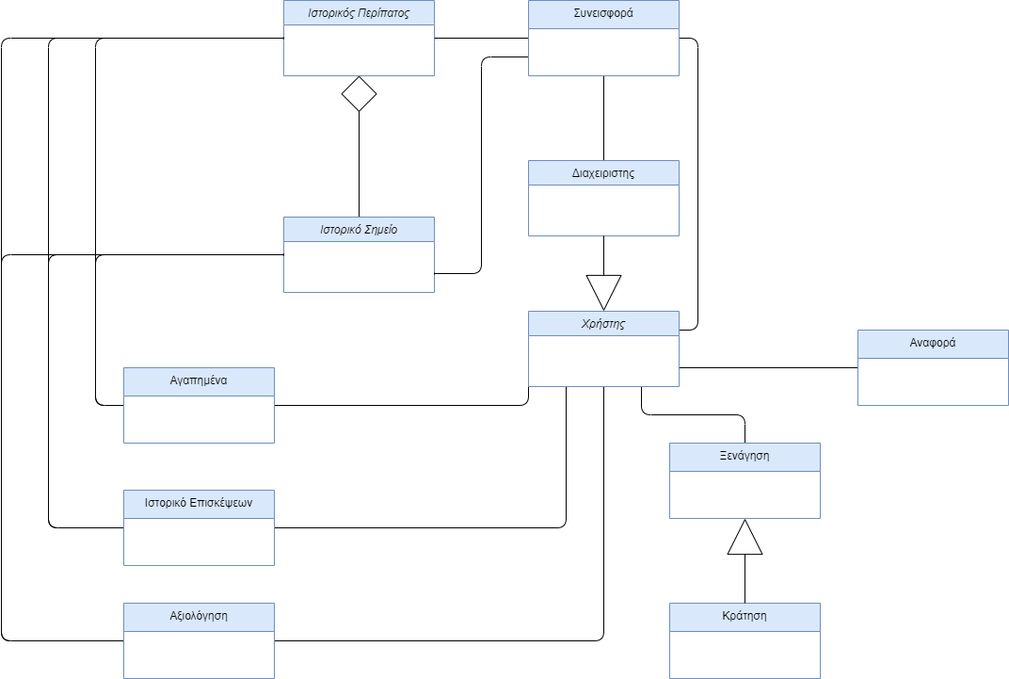
This is NOTES/Domain Model.png from Nektar24/software-engineering, a draw.io export, as it was before one commit. Source tidied: cells renumbered, new cells last; positions are measured from the earlier drawing's top-left corner, leaving out a move shared by most shapes.
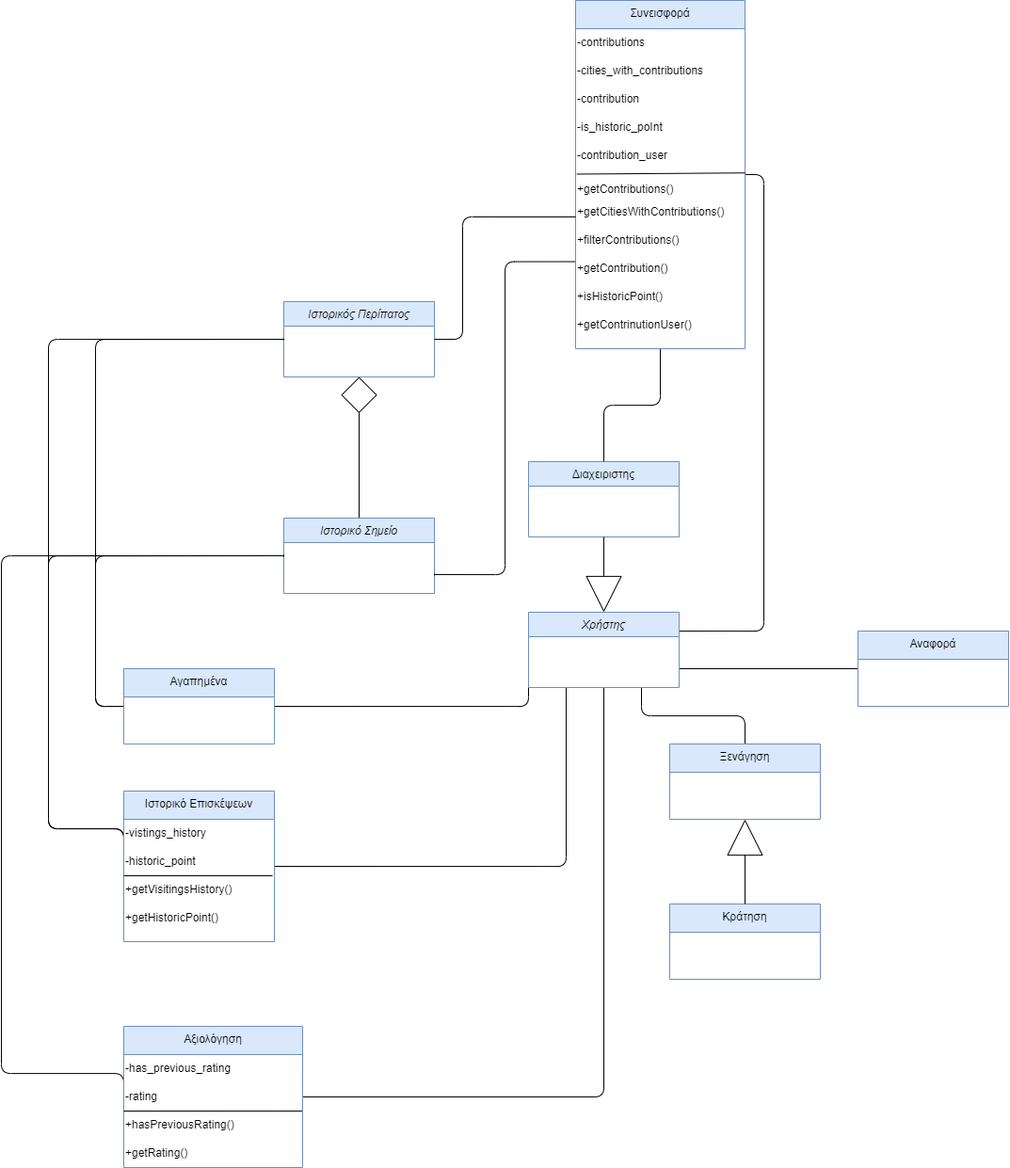
After the commit.

Commit message:
domain model changes

What changed in the source:
```diff
@@ -44,12 +44,45 @@
     <mxCell id="15" style="edgeStyle=orthogonalEdgeStyle;curved=0;rounded=1;jettySize=auto;html=1;exitX=0;exitY=0.75;exitDx=0;exitDy=0;entryX=1;entryY=0.75;entryDx=0;entryDy=0;strokeColor=default;align=center;verticalAlign=middle;fontFamily=Helvetica;fontSize=11;fontColor=default;labelBackgroundColor=default;elbow=vertical;endArrow=baseDash;endFill=0;endSize=0;" parent="1" edge="1" source="17" target="14">
       <mxGeometry relative="1" as="geometry" />
     </mxCell>
-    <mxCell id="16" style="edgeStyle=orthogonalEdgeStyle;rounded=1;jettySize=auto;html=1;exitX=0;exitY=0.5;exitDx=0;exitDy=0;entryX=1;entryY=0.5;entryDx=0;entryDy=0;fontSize=12;startSize=8;endSize=8;endArrow=none;endFill=0;" parent="1" edge="1" source="17" target="12">
-      <mxGeometry relative="1" as="geometry" />
-    </mxCell>
     <mxCell id="17" value="Συνεισφορά" style="swimlane;fontStyle=0;align=center;verticalAlign=top;horizontal=1;startSize=30;rounded=0;shadow=0;strokeWidth=1;fillColor=#dae8fc;strokeColor=#6c8ebf;" parent="1" vertex="1">
-      <mxGeometry x="560" width="160" height="80" as="geometry" />
+      <mxGeometry x="610" y="-320" width="180" height="370" as="geometry" />
     </mxCell>
+    <mxCell id="31" value="-contributions" style="text;html=1;align=left;verticalAlign=middle;strokeColor=none;fillColor=none;" parent="17" vertex="1">
+      <mxGeometry y="30" width="180" height="30" as="geometry" />
+    </mxCell>
+    <mxCell id="32" value="-cities_with_contributions" style="text;html=1;align=left;verticalAlign=middle;strokeColor=none;fillColor=none;" parent="17" vertex="1">
+      <mxGeometry y="60" width="180" height="30" as="geometry" />
+    </mxCell>
+    <mxCell id="33" value="-contribution" style="text;html=1;align=left;verticalAlign=middle;strokeColor=none;fillColor=none;" parent="17" vertex="1">
+      <mxGeometry y="90" width="180" height="30" as="geometry" />
+    </mxCell>
+    <mxCell id="34" value="-is_historic_poInt" style="text;html=1;align=left;verticalAlign=middle;strokeColor=none;fillColor=none;" parent="17" vertex="1">
+      <mxGeometry y="120" width="180" height="30" as="geometry" />
+    </mxCell>
+    <mxCell id="35" value="-contribution_user" style="text;html=1;align=left;verticalAlign=middle;strokeColor=none;fillColor=none;" parent="17" vertex="1">
+      <mxGeometry y="150" width="180" height="30" as="geometry" />
+    </mxCell>
+    <mxCell id="36" style="endArrow=none;html=1;rounded=0;entryX=1;entryY=0.108;entryDx=0;entryDy=0;entryPerimeter=0;exitX=0.007;exitY=0.15;exitDx=0;exitDy=0;exitPerimeter=0;" parent="17" edge="1" source="37" target="37">
+      <mxGeometry relative="1" as="geometry" />
+    </mxCell>
+    <mxCell id="37" value="+getContributions()" style="text;html=1;align=left;verticalAlign=bottom;points=[];strokeColor=none;fillColor=none;labelPosition=center;verticalLabelPosition=middle;" parent="17" vertex="1">
+      <mxGeometry y="180" width="180" height="30" as="geometry" />
+    </mxCell>
+    <mxCell id="38" value="+getCitiesWithContributions()" style="text;html=1;align=left;verticalAlign=middle;points=[];strokeColor=none;fillColor=none;" parent="17" vertex="1">
+      <mxGeometry y="210" width="180" height="30" as="geometry" />
+    </mxCell>
+    <mxCell id="39" value="+filterContributions()" style="text;html=1;align=left;verticalAlign=middle;strokeColor=none;fillColor=none;" parent="17" vertex="1">
+      <mxGeometry y="240" width="180" height="30" as="geometry" />
+    </mxCell>
+    <mxCell id="40" value="+getContribution()" style="text;html=1;align=left;verticalAlign=middle;strokeColor=none;fillColor=none;" parent="17" vertex="1">
+      <mxGeometry y="270" width="180" height="30" as="geometry" />
+    </mxCell>
+    <mxCell id="41" value="+isHistoricPoint()" style="text;html=1;align=left;verticalAlign=middle;strokeColor=none;fillColor=none;" parent="17" vertex="1">
+      <mxGeometry y="300" width="180" height="30" as="geometry" />
+    </mxCell>
+    <mxCell id="42" value="+getContrinutionUser()" style="text;html=1;align=left;verticalAlign=middle;strokeColor=none;fillColor=none;" parent="17" vertex="1">
+      <mxGeometry y="330" width="180" height="30" as="geometry" />
+    </mxCell>
     <mxCell id="18" style="edgeStyle=orthogonalEdgeStyle;rounded=1;jettySize=auto;html=1;exitX=0;exitY=0.5;exitDx=0;exitDy=0;entryX=0;entryY=0.5;entryDx=0;entryDy=0;fontSize=12;startSize=8;endSize=8;curved=0;endArrow=none;endFill=0;" parent="1" edge="1" source="20" target="14">
       <mxGeometry relative="1" as="geometry">
         <Array as="points">
@@ -86,8 +119,25 @@
       </mxGeometry>
     </mxCell>
     <mxCell id="23" value="Ιστορικό Επισκέψεων" style="swimlane;fontStyle=0;align=center;verticalAlign=top;horizontal=1;startSize=30;rounded=0;shadow=0;strokeWidth=1;fillColor=#dae8fc;strokeColor=#6c8ebf;" parent="1" vertex="1">
-      <mxGeometry x="130" y="520" width="160" height="80" as="geometry" />
+      <mxGeometry x="130" y="520" width="160" height="160" as="geometry" />
     </mxCell>
+    <mxCell id="43" value="-vistings_history" style="text;html=1;align=left;verticalAlign=middle;strokeColor=none;fillColor=none;" parent="23" vertex="1">
+      <mxGeometry y="30" width="160" height="30" as="geometry" />
+    </mxCell>
+    <mxCell id="44" value="-historic_point" style="text;html=1;align=left;verticalAlign=middle;strokeColor=none;fillColor=none;" parent="23" vertex="1">
+      <mxGeometry y="60" width="160" height="30" as="geometry" />
+    </mxCell>
+    <mxCell id="45" style="endArrow=none;html=1;rounded=0;entryX=0.988;entryY=0;entryDx=0;entryDy=0;entryPerimeter=0;" parent="23" edge="1" target="46">
+      <mxGeometry relative="1" as="geometry">
+        <mxPoint y="90" as="sourcePoint" />
+      </mxGeometry>
+    </mxCell>
+    <mxCell id="46" value="+getVisitingsHistory()" style="text;html=1;align=left;verticalAlign=middle;points=[];strokeColor=none;fillColor=none;" parent="23" vertex="1">
+      <mxGeometry y="90" width="160" height="30" as="geometry" />
+    </mxCell>
+    <mxCell id="47" value="+getHistoricPoint()" style="text;html=1;align=left;verticalAlign=middle;strokeColor=none;fillColor=none;" parent="23" vertex="1">
+      <mxGeometry y="120" width="160" height="30" as="geometry" />
+    </mxCell>
     <mxCell id="24" value="Ξενάγηση" style="swimlane;fontStyle=0;align=center;verticalAlign=top;horizontal=1;startSize=30;rounded=0;shadow=0;strokeWidth=1;fillColor=#dae8fc;strokeColor=#6c8ebf;" parent="1" vertex="1">
       <mxGeometry x="710" y="470" width="160" height="80" as="geometry" />
     </mxCell>
@@ -97,27 +147,45 @@
     <mxCell id="26" value="Αναφορά" style="swimlane;fontStyle=0;align=center;verticalAlign=top;horizontal=1;startSize=30;rounded=0;shadow=0;strokeWidth=1;fillColor=#dae8fc;strokeColor=#6c8ebf;" parent="1" vertex="1">
       <mxGeometry x="910" y="350" width="160" height="80" as="geometry" />
     </mxCell>
-    <mxCell id="27" style="edgeStyle=orthogonalEdgeStyle;curved=0;rounded=1;jettySize=auto;html=1;exitX=0;exitY=0.5;exitDx=0;exitDy=0;strokeColor=default;align=center;verticalAlign=middle;fontFamily=Helvetica;fontSize=11;fontColor=default;labelBackgroundColor=default;elbow=vertical;endArrow=baseDash;endFill=0;endSize=0;entryX=0;entryY=0.5;entryDx=0;entryDy=0;" parent="1" edge="1" source="29" target="12">
-      <mxGeometry relative="1" as="geometry">
-        <Array as="points">
-          <mxPoint y="680" />
-          <mxPoint y="40" />
-        </Array>
-      </mxGeometry>
-    </mxCell>
     <mxCell id="28" style="edgeStyle=orthogonalEdgeStyle;curved=0;rounded=1;jettySize=auto;html=1;exitX=0;exitY=0.5;exitDx=0;exitDy=0;entryX=0;entryY=0.5;entryDx=0;entryDy=0;strokeColor=default;align=center;verticalAlign=middle;fontFamily=Helvetica;fontSize=11;fontColor=default;labelBackgroundColor=default;elbow=vertical;endArrow=baseDash;endFill=0;endSize=0;" parent="1" edge="1" source="29" target="14">
       <mxGeometry relative="1" as="geometry">
         <Array as="points">
-          <mxPoint y="680" />
+          <mxPoint x="130" y="820" />
+          <mxPoint y="820" />
           <mxPoint y="270" />
         </Array>
       </mxGeometry>
     </mxCell>
     <mxCell id="29" value="Αξιολόγηση" style="swimlane;fontStyle=0;align=center;verticalAlign=top;horizontal=1;startSize=30;rounded=0;shadow=0;strokeWidth=1;fillColor=#dae8fc;strokeColor=#6c8ebf;" parent="1" vertex="1">
-      <mxGeometry x="130" y="640" width="160" height="80" as="geometry" />
+      <mxGeometry x="130" y="770" width="190" height="150" as="geometry" />
     </mxCell>
+    <mxCell id="48" value="-has_previous_rating" style="text;html=1;align=left;verticalAlign=middle;strokeColor=none;fillColor=none;" parent="29" vertex="1">
+      <mxGeometry y="30" width="190" height="30" as="geometry" />
+    </mxCell>
+    <mxCell id="49" value="-rating" style="text;html=1;align=left;verticalAlign=middle;strokeColor=none;fillColor=none;" parent="29" vertex="1">
+      <mxGeometry y="60" width="190" height="30" as="geometry" />
+    </mxCell>
+    <mxCell id="50" style="endArrow=none;html=1;rounded=0;entryX=0.997;entryY=-0.001;entryDx=0;entryDy=0;entryPerimeter=0;" parent="29" edge="1" target="51">
+      <mxGeometry relative="1" as="geometry">
+        <mxPoint y="90" as="sourcePoint" />
+      </mxGeometry>
+    </mxCell>
+    <mxCell id="51" value="+hasPreviousRating()" style="text;html=1;align=left;verticalAlign=middle;points=[];strokeColor=none;fillColor=none;" parent="29" vertex="1">
+      <mxGeometry y="90" width="190" height="30" as="geometry" />
+    </mxCell>
+    <mxCell id="52" value="+getRating()" style="text;html=1;align=left;verticalAlign=middle;strokeColor=none;fillColor=none;" parent="29" vertex="1">
+      <mxGeometry y="120" width="190" height="30" as="geometry" />
+    </mxCell>
     <mxCell id="30" style="endArrow=block;endSize=36;endFill=0;shadow=0;strokeWidth=1;rounded=1;edgeStyle=orthogonalEdgeStyle;elbow=vertical;curved=0;exitX=0.5;exitY=0;exitDx=0;exitDy=0;entryX=0.5;entryY=1;entryDx=0;entryDy=0;" parent="1" edge="1" source="25" target="24">
       <mxGeometry relative="1" as="geometry" />
     </mxCell>
+    <mxCell id="53" style="endArrow=none;html=1;rounded=1;entryX=0;entryY=0.667;entryDx=0;entryDy=0;entryPerimeter=0;exitX=1;exitY=0.5;exitDx=0;exitDy=0;curved=0;" parent="1" edge="1" source="12" target="38">
+      <mxGeometry relative="1" as="geometry">
+        <Array as="points">
+          <mxPoint x="490" y="40" />
+          <mxPoint x="490" y="-90" />
+        </Array>
+      </mxGeometry>
+    </mxCell>
   </root>
 </mxGraphModel>
```
